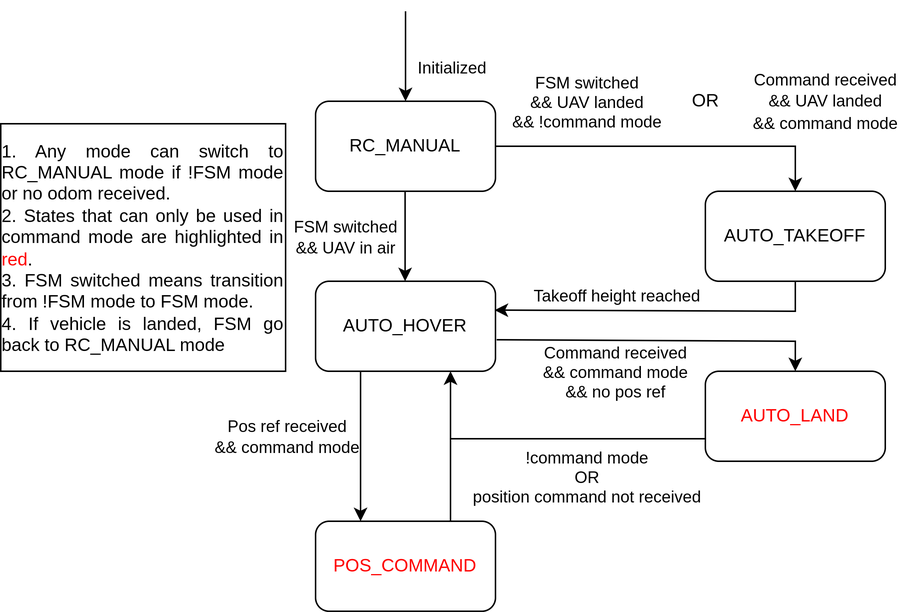
The draw.io diagram media/AIRo_PX4_FSM.png in HKPolyU-UAV/airo_control_interface, before a commit. Source tidied: cells renumbered, new cells last; positions are measured from the earlier drawing's top-left corner, leaving out a move shared by most shapes. Source of this version:
```xml
<mxGraphModel>
  <root>
    <mxCell id="0" />
    <mxCell id="1" parent="0" />
    <mxCell id="2" style="edgeStyle=orthogonalEdgeStyle;rounded=0;jettySize=auto;html=1;entryX=0.5;entryY=0;entryDx=0;entryDy=0;" parent="1" edge="1" source="4" target="10">
      <mxGeometry relative="1" as="geometry" />
    </mxCell>
    <mxCell id="3" value="FSM switched&lt;br&gt;&amp;amp;&amp;amp; UAV landed&lt;br&gt;&amp;amp;&amp;amp; !command mode" style="edgeLabel;html=1;align=center;verticalAlign=middle;" parent="2" vertex="1">
      <mxGeometry x="0.1" y="-1" relative="1" as="geometry">
        <mxPoint x="-66" y="-31" as="offset" />
      </mxGeometry>
    </mxCell>
    <mxCell id="4" value="RC_MANUAL" style="rounded=1;whiteSpace=wrap;html=1;" parent="1" vertex="1">
      <mxGeometry x="210" y="60" width="120" height="60" as="geometry" />
    </mxCell>
    <mxCell id="5" style="endArrow=classic;html=1;rounded=0;entryX=0.5;entryY=0;entryDx=0;entryDy=0;" parent="1" edge="1" target="4">
      <mxGeometry relative="1" as="geometry">
        <mxPoint x="270" as="sourcePoint" />
      </mxGeometry>
    </mxCell>
    <mxCell id="6" value="Initialized" style="edgeLabel;html=1;align=center;verticalAlign=middle;" parent="5" vertex="1">
      <mxGeometry x="-0.31" y="2" relative="1" as="geometry">
        <mxPoint x="28" y="16" as="offset" />
      </mxGeometry>
    </mxCell>
    <mxCell id="7" value="AUTO_HOVER" style="rounded=1;whiteSpace=wrap;html=1;" parent="1" vertex="1">
      <mxGeometry x="210" y="180" width="120" height="60" as="geometry" />
    </mxCell>
    <mxCell id="8" style="endArrow=classic;html=1;rounded=0;" parent="1" edge="1">
      <mxGeometry relative="1" as="geometry">
        <mxPoint x="269.7" y="120" as="sourcePoint" />
        <mxPoint x="269.7" y="180" as="targetPoint" />
      </mxGeometry>
    </mxCell>
    <mxCell id="9" value="FSM switched&lt;br&gt;&amp;amp;&amp;amp; UAV in air" style="edgeLabel;html=1;align=center;verticalAlign=middle;" parent="8" vertex="1">
      <mxGeometry x="-0.31" y="2" relative="1" as="geometry">
        <mxPoint x="-42" y="9" as="offset" />
      </mxGeometry>
    </mxCell>
    <mxCell id="10" value="AUTO_TAKEOFF" style="rounded=1;whiteSpace=wrap;html=1;" parent="1" vertex="1">
      <mxGeometry x="470" y="120" width="120" height="60" as="geometry" />
    </mxCell>
    <mxCell id="11" value="&lt;font style=&quot;font-size: 11px;&quot;&gt;Command received&lt;br&gt;&amp;amp;&amp;amp; UAV landed&lt;br&gt;&amp;amp;&amp;amp; command mode&lt;/font&gt;" style="text;html=1;align=center;verticalAlign=middle;strokeColor=none;fillColor=none;" parent="1" vertex="1">
      <mxGeometry x="490" y="30" width="120" height="60" as="geometry" />
    </mxCell>
    <mxCell id="12" style="endArrow=classic;html=1;rounded=0;exitX=0.5;exitY=1;exitDx=0;exitDy=0;entryX=0.995;entryY=0.321;entryDx=0;entryDy=0;entryPerimeter=0;" parent="1" edge="1" source="10" target="7">
      <mxGeometry relative="1" as="geometry">
        <Array as="points">
          <mxPoint x="530" y="200" />
        </Array>
      </mxGeometry>
    </mxCell>
    <mxCell id="13" value="Takeoff height reached" style="edgeLabel;html=1;align=center;verticalAlign=middle;" parent="12" vertex="1">
      <mxGeometry relative="1" as="geometry">
        <mxPoint x="-29" y="-10" as="offset" />
      </mxGeometry>
    </mxCell>
    <mxCell id="14" value="&lt;font color=&quot;#ff0000&quot;&gt;AUTO_LAND&lt;/font&gt;" style="rounded=1;whiteSpace=wrap;html=1;" parent="1" vertex="1">
      <mxGeometry x="470" y="240" width="120" height="60" as="geometry" />
    </mxCell>
    <mxCell id="15" style="endArrow=classic;html=1;rounded=0;entryX=0.5;entryY=0;entryDx=0;entryDy=0;exitX=1.007;exitY=0.65;exitDx=0;exitDy=0;exitPerimeter=0;" parent="1" edge="1" source="7" target="14">
      <mxGeometry relative="1" as="geometry">
        <Array as="points">
          <mxPoint x="530" y="220" />
        </Array>
      </mxGeometry>
    </mxCell>
    <mxCell id="16" value="Command received&lt;br&gt;&amp;amp;&amp;amp; command mode&lt;br&gt;&amp;amp;&amp;amp; no pos ref" style="edgeLabel;html=1;align=center;verticalAlign=middle;" parent="15" vertex="1">
      <mxGeometry x="-0.26" relative="1" as="geometry">
        <mxPoint x="-2" y="21" as="offset" />
      </mxGeometry>
    </mxCell>
    <mxCell id="17" value="OR" style="text;html=1;align=center;verticalAlign=middle;strokeColor=none;fillColor=none;" parent="1" vertex="1">
      <mxGeometry x="450" y="45" width="40" height="30" as="geometry" />
    </mxCell>
    <mxCell id="18" value="&lt;font color=&quot;#ff0000&quot;&gt;POS_COMMAND&lt;/font&gt;" style="rounded=1;whiteSpace=wrap;html=1;" parent="1" vertex="1">
      <mxGeometry x="210" y="340" width="120" height="60" as="geometry" />
    </mxCell>
    <mxCell id="19" style="endArrow=classic;html=1;rounded=0;entryX=0.25;entryY=0;entryDx=0;entryDy=0;exitX=0.25;exitY=1;exitDx=0;exitDy=0;" parent="1" edge="1" source="7" target="18">
      <mxGeometry relative="1" as="geometry" />
    </mxCell>
    <mxCell id="20" value="Pos ref received&lt;br&gt;&amp;amp;&amp;amp; command mode" style="edgeLabel;html=1;align=center;verticalAlign=middle;" parent="19" vertex="1">
      <mxGeometry x="-0.31" y="2" relative="1" as="geometry">
        <mxPoint x="-52" y="9" as="offset" />
      </mxGeometry>
    </mxCell>
    <mxCell id="21" style="endArrow=classic;html=1;rounded=0;exitX=0.75;exitY=0;exitDx=0;exitDy=0;entryX=0.75;entryY=1;entryDx=0;entryDy=0;" parent="1" edge="1" source="18" target="7">
      <mxGeometry relative="1" as="geometry" />
    </mxCell>
    <mxCell id="22" style="endArrow=none;html=1;rounded=0;exitX=0;exitY=0.75;exitDx=0;exitDy=0;endFill=0;" parent="1" edge="1" source="14">
      <mxGeometry relative="1" as="geometry">
        <mxPoint x="300" y="285" as="targetPoint" />
      </mxGeometry>
    </mxCell>
    <mxCell id="23" value="!command mode&lt;br&gt;OR&lt;br&gt;position command not received" style="edgeLabel;html=1;align=center;verticalAlign=middle;" parent="22" vertex="1">
      <mxGeometry x="-0.09" y="-1" relative="1" as="geometry">
        <mxPoint x="-2" y="26" as="offset" />
      </mxGeometry>
    </mxCell>
    <mxCell id="24" value="&lt;div style=&quot;text-align: justify;&quot;&gt;&lt;span style=&quot;background-color: initial;&quot;&gt;1. Any mode can switch to RC_MANUAL mode if !FSM mode or no odom received.&lt;/span&gt;&lt;/div&gt;&lt;div style=&quot;text-align: justify;&quot;&gt;&lt;span style=&quot;background-color: initial;&quot;&gt;2. States that can only be used in command mode are highlighted in &lt;/span&gt;&lt;font style=&quot;background-color: initial;&quot; color=&quot;#ff0000&quot;&gt;red&lt;/font&gt;&lt;span style=&quot;background-color: initial;&quot;&gt;.&lt;/span&gt;&lt;/div&gt;&lt;div style=&quot;text-align: justify;&quot;&gt;&lt;span style=&quot;background-color: initial;&quot;&gt;3. FSM switched means transition from !FSM mode to FSM mode.&lt;/span&gt;&lt;/div&gt;&lt;div style=&quot;text-align: justify;&quot;&gt;&lt;span style=&quot;background-color: initial;&quot;&gt;4. If vehicle is landed, FSM go back to RC_MANUAL mode&lt;/span&gt;&lt;/div&gt;" style="text;html=1;align=center;verticalAlign=middle;whiteSpace=wrap;rounded=0;strokeColor=default;" parent="1" vertex="1">
      <mxGeometry y="75" width="190" height="165" as="geometry" />
    </mxCell>
  </root>
</mxGraphModel>
```
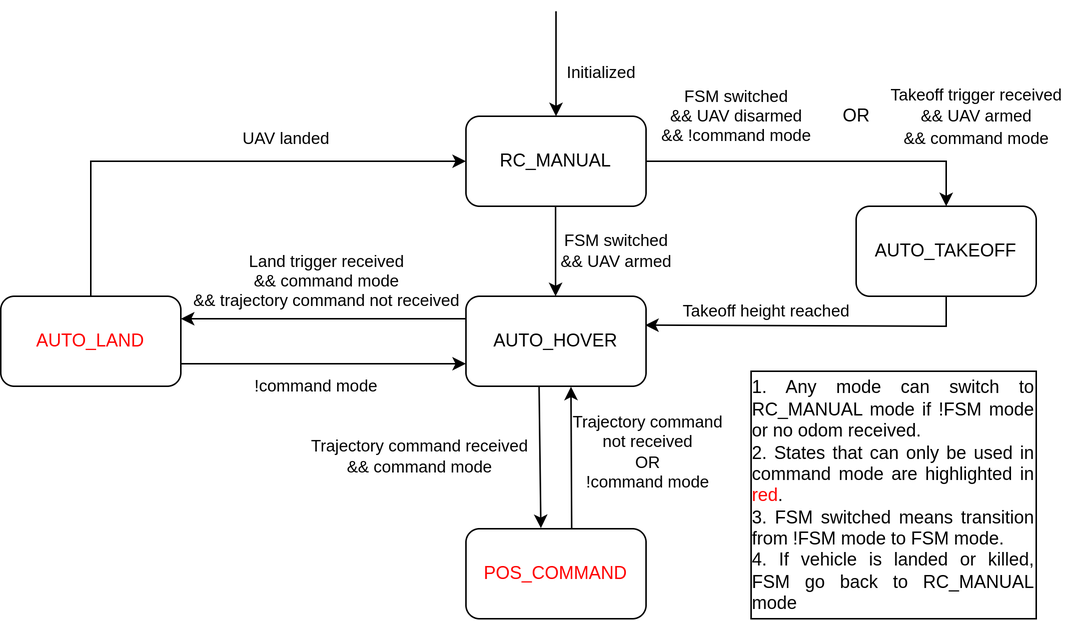
Above is the later version.

Commit message:
update flow chart

The edit, as a diff of the source:
```diff
@@ -5,7 +5,7 @@
     <mxCell id="2" style="edgeStyle=orthogonalEdgeStyle;rounded=0;jettySize=auto;html=1;entryX=0.5;entryY=0;entryDx=0;entryDy=0;" parent="1" edge="1" source="4" target="10">
       <mxGeometry relative="1" as="geometry" />
     </mxCell>
-    <mxCell id="3" value="FSM switched&lt;br&gt;&amp;amp;&amp;amp; UAV landed&lt;br&gt;&amp;amp;&amp;amp; !command mode" style="edgeLabel;html=1;align=center;verticalAlign=middle;" parent="2" vertex="1">
+    <mxCell id="3" value="FSM switched&lt;br&gt;&amp;amp;&amp;amp; UAV disarmed&lt;br&gt;&amp;amp;&amp;amp; !command mode" style="edgeLabel;html=1;align=center;verticalAlign=middle;" parent="2" vertex="1">
       <mxGeometry x="0.1" y="-1" relative="1" as="geometry">
         <mxPoint x="-66" y="-31" as="offset" />
       </mxGeometry>
@@ -15,7 +15,7 @@
     </mxCell>
     <mxCell id="5" style="endArrow=classic;html=1;rounded=0;entryX=0.5;entryY=0;entryDx=0;entryDy=0;" parent="1" edge="1" target="4">
       <mxGeometry relative="1" as="geometry">
-        <mxPoint x="270" as="sourcePoint" />
+        <mxPoint x="270" y="-10" as="sourcePoint" />
       </mxGeometry>
     </mxCell>
     <mxCell id="6" value="Initialized" style="edgeLabel;html=1;align=center;verticalAlign=middle;" parent="5" vertex="1">
@@ -32,16 +32,16 @@
         <mxPoint x="269.7" y="180" as="targetPoint" />
       </mxGeometry>
     </mxCell>
-    <mxCell id="9" value="FSM switched&lt;br&gt;&amp;amp;&amp;amp; UAV in air" style="edgeLabel;html=1;align=center;verticalAlign=middle;" parent="8" vertex="1">
+    <mxCell id="9" value="FSM switched&lt;br&gt;&amp;amp;&amp;amp; UAV armed" style="edgeLabel;html=1;align=center;verticalAlign=middle;" parent="8" vertex="1">
       <mxGeometry x="-0.31" y="2" relative="1" as="geometry">
-        <mxPoint x="-42" y="9" as="offset" />
+        <mxPoint x="38" y="9" as="offset" />
       </mxGeometry>
     </mxCell>
     <mxCell id="10" value="AUTO_TAKEOFF" style="rounded=1;whiteSpace=wrap;html=1;" parent="1" vertex="1">
       <mxGeometry x="470" y="120" width="120" height="60" as="geometry" />
     </mxCell>
-    <mxCell id="11" value="&lt;font style=&quot;font-size: 11px;&quot;&gt;Command received&lt;br&gt;&amp;amp;&amp;amp; UAV landed&lt;br&gt;&amp;amp;&amp;amp; command mode&lt;/font&gt;" style="text;html=1;align=center;verticalAlign=middle;strokeColor=none;fillColor=none;" parent="1" vertex="1">
-      <mxGeometry x="490" y="30" width="120" height="60" as="geometry" />
+    <mxCell id="11" value="&lt;font style=&quot;font-size: 11px;&quot;&gt;Takeoff trigger received&lt;br&gt;&amp;amp;&amp;amp; UAV armed&lt;br&gt;&amp;amp;&amp;amp; command mode&lt;/font&gt;" style="text;html=1;align=center;verticalAlign=middle;strokeColor=none;fillColor=none;" parent="1" vertex="1">
+      <mxGeometry x="480" y="30" width="140" height="60" as="geometry" />
     </mxCell>
     <mxCell id="12" style="endArrow=classic;html=1;rounded=0;exitX=0.5;exitY=1;exitDx=0;exitDy=0;entryX=0.995;entryY=0.321;entryDx=0;entryDy=0;entryPerimeter=0;" parent="1" edge="1" source="10" target="7">
       <mxGeometry relative="1" as="geometry">
@@ -56,49 +56,64 @@
       </mxGeometry>
     </mxCell>
     <mxCell id="14" value="&lt;font color=&quot;#ff0000&quot;&gt;AUTO_LAND&lt;/font&gt;" style="rounded=1;whiteSpace=wrap;html=1;" parent="1" vertex="1">
-      <mxGeometry x="470" y="240" width="120" height="60" as="geometry" />
+      <mxGeometry x="-100" y="180" width="120" height="60" as="geometry" />
     </mxCell>
-    <mxCell id="15" style="endArrow=classic;html=1;rounded=0;entryX=0.5;entryY=0;entryDx=0;entryDy=0;exitX=1.007;exitY=0.65;exitDx=0;exitDy=0;exitPerimeter=0;" parent="1" edge="1" source="7" target="14">
-      <mxGeometry relative="1" as="geometry">
-        <Array as="points">
-          <mxPoint x="530" y="220" />
-        </Array>
-      </mxGeometry>
+    <mxCell id="15" style="endArrow=classic;html=1;rounded=0;entryX=1;entryY=0.25;entryDx=0;entryDy=0;exitX=0;exitY=0.25;exitDx=0;exitDy=0;" parent="1" edge="1" source="7" target="14">
+      <mxGeometry relative="1" as="geometry" />
     </mxCell>
-    <mxCell id="16" value="Command received&lt;br&gt;&amp;amp;&amp;amp; command mode&lt;br&gt;&amp;amp;&amp;amp; no pos ref" style="edgeLabel;html=1;align=center;verticalAlign=middle;" parent="15" vertex="1">
+    <mxCell id="16" value="Land trigger received&lt;br&gt;&amp;amp;&amp;amp; command mode&lt;br&gt;&amp;amp;&amp;amp; trajectory command not received" style="edgeLabel;html=1;align=center;verticalAlign=middle;" parent="15" vertex="1">
       <mxGeometry x="-0.26" relative="1" as="geometry">
-        <mxPoint x="-2" y="21" as="offset" />
+        <mxPoint x="-23" y="-25" as="offset" />
       </mxGeometry>
     </mxCell>
     <mxCell id="17" value="OR" style="text;html=1;align=center;verticalAlign=middle;strokeColor=none;fillColor=none;" parent="1" vertex="1">
       <mxGeometry x="450" y="45" width="40" height="30" as="geometry" />
     </mxCell>
     <mxCell id="18" value="&lt;font color=&quot;#ff0000&quot;&gt;POS_COMMAND&lt;/font&gt;" style="rounded=1;whiteSpace=wrap;html=1;" parent="1" vertex="1">
-      <mxGeometry x="210" y="340" width="120" height="60" as="geometry" />
+      <mxGeometry x="210" y="335" width="120" height="60" as="geometry" />
     </mxCell>
-    <mxCell id="19" style="endArrow=classic;html=1;rounded=0;entryX=0.25;entryY=0;entryDx=0;entryDy=0;exitX=0.25;exitY=1;exitDx=0;exitDy=0;" parent="1" edge="1" source="7" target="18">
+    <mxCell id="19" style="endArrow=classic;html=1;rounded=0;entryX=0.416;entryY=-0.007;entryDx=0;entryDy=0;exitX=0.406;exitY=1.005;exitDx=0;exitDy=0;exitPerimeter=0;entryPerimeter=0;" parent="1" edge="1" source="7" target="18">
       <mxGeometry relative="1" as="geometry" />
     </mxCell>
-    <mxCell id="20" value="Pos ref received&lt;br&gt;&amp;amp;&amp;amp; command mode" style="edgeLabel;html=1;align=center;verticalAlign=middle;" parent="19" vertex="1">
+    <mxCell id="20" value="Trajectory command received&lt;br&gt;&amp;amp;&amp;amp; command mode" style="edgeLabel;html=1;align=center;verticalAlign=middle;" parent="19" vertex="1">
       <mxGeometry x="-0.31" y="2" relative="1" as="geometry">
-        <mxPoint x="-52" y="9" as="offset" />
+        <mxPoint x="-82" y="14" as="offset" />
       </mxGeometry>
     </mxCell>
-    <mxCell id="21" style="endArrow=classic;html=1;rounded=0;exitX=0.75;exitY=0;exitDx=0;exitDy=0;entryX=0.75;entryY=1;entryDx=0;entryDy=0;" parent="1" edge="1" source="18" target="7">
+    <mxCell id="21" style="endArrow=classic;html=1;rounded=0;exitX=0.587;exitY=-0.007;exitDx=0;exitDy=0;entryX=0.583;entryY=1.005;entryDx=0;entryDy=0;entryPerimeter=0;exitPerimeter=0;" parent="1" edge="1" source="18" target="7">
       <mxGeometry relative="1" as="geometry" />
     </mxCell>
-    <mxCell id="22" style="endArrow=none;html=1;rounded=0;exitX=0;exitY=0.75;exitDx=0;exitDy=0;endFill=0;" parent="1" edge="1" source="14">
-      <mxGeometry relative="1" as="geometry">
-        <mxPoint x="300" y="285" as="targetPoint" />
-      </mxGeometry>
-    </mxCell>
-    <mxCell id="23" value="!command mode&lt;br&gt;OR&lt;br&gt;position command not received" style="edgeLabel;html=1;align=center;verticalAlign=middle;" parent="22" vertex="1">
-      <mxGeometry x="-0.09" y="-1" relative="1" as="geometry">
-        <mxPoint x="-2" y="26" as="offset" />
-      </mxGeometry>
-    </mxCell>
+    <mxCell id="25" value="Trajectory command&lt;br&gt;not received&lt;br&gt;OR&lt;br&gt;!command mode" style="edgeLabel;html=1;align=center;verticalAlign=middle;" parent="21" vertex="1">
+      <mxGeometry x="-0.46" relative="1" as="geometry">
+        <mxPoint x="50" y="-25" as="offset" />
+      </mxGeometry>
+    </mxCell>
-    <mxCell id="24" value="&lt;div style=&quot;text-align: justify;&quot;&gt;&lt;span style=&quot;background-color: initial;&quot;&gt;1. Any mode can switch to RC_MANUAL mode if !FSM mode or no odom received.&lt;/span&gt;&lt;/div&gt;&lt;div style=&quot;text-align: justify;&quot;&gt;&lt;span style=&quot;background-color: initial;&quot;&gt;2. States that can only be used in command mode are highlighted in &lt;/span&gt;&lt;font style=&quot;background-color: initial;&quot; color=&quot;#ff0000&quot;&gt;red&lt;/font&gt;&lt;span style=&quot;background-color: initial;&quot;&gt;.&lt;/span&gt;&lt;/div&gt;&lt;div style=&quot;text-align: justify;&quot;&gt;&lt;span style=&quot;background-color: initial;&quot;&gt;3. FSM switched means transition from !FSM mode to FSM mode.&lt;/span&gt;&lt;/div&gt;&lt;div style=&quot;text-align: justify;&quot;&gt;&lt;span style=&quot;background-color: initial;&quot;&gt;4. If vehicle is landed, FSM go back to RC_MANUAL mode&lt;/span&gt;&lt;/div&gt;" style="text;html=1;align=center;verticalAlign=middle;whiteSpace=wrap;rounded=0;strokeColor=default;" parent="1" vertex="1">
-      <mxGeometry y="75" width="190" height="165" as="geometry" />
+    <mxCell id="24" value="&lt;div style=&quot;text-align: justify;&quot;&gt;&lt;span style=&quot;background-color: initial;&quot;&gt;1. Any mode can switch to RC_MANUAL mode if !FSM mode or no odom received.&lt;/span&gt;&lt;/div&gt;&lt;div style=&quot;text-align: justify;&quot;&gt;&lt;span style=&quot;background-color: initial;&quot;&gt;2. States that can only be used in command mode are highlighted in &lt;/span&gt;&lt;font style=&quot;background-color: initial;&quot; color=&quot;#ff0000&quot;&gt;red&lt;/font&gt;&lt;span style=&quot;background-color: initial;&quot;&gt;.&lt;/span&gt;&lt;/div&gt;&lt;div style=&quot;text-align: justify;&quot;&gt;&lt;span style=&quot;background-color: initial;&quot;&gt;3. FSM switched means transition from !FSM mode to FSM mode.&lt;/span&gt;&lt;/div&gt;&lt;div style=&quot;text-align: justify;&quot;&gt;&lt;span style=&quot;background-color: initial;&quot;&gt;4. If vehicle is landed or killed, FSM go back to RC_MANUAL mode&lt;/span&gt;&lt;/div&gt;" style="text;html=1;align=center;verticalAlign=middle;whiteSpace=wrap;rounded=0;strokeColor=default;" parent="1" vertex="1">
+      <mxGeometry x="400" y="230" width="190" height="165" as="geometry" />
     </mxCell>
+    <mxCell id="26" style="endArrow=classic;html=1;rounded=0;exitX=1;exitY=0.75;exitDx=0;exitDy=0;entryX=0;entryY=0.75;entryDx=0;entryDy=0;" parent="1" edge="1" source="14" target="7">
+      <mxGeometry relative="1" as="geometry">
+        <Array as="points">
+          <mxPoint x="100" y="225" />
+        </Array>
+      </mxGeometry>
+    </mxCell>
+    <mxCell id="27" value="!command mode" style="edgeLabel;html=1;align=center;verticalAlign=middle;" parent="26" vertex="1">
+      <mxGeometry x="-0.61" relative="1" as="geometry">
+        <mxPoint x="53" y="15" as="offset" />
+      </mxGeometry>
+    </mxCell>
+    <mxCell id="28" style="endArrow=classic;html=1;rounded=0;exitX=0.5;exitY=0;exitDx=0;exitDy=0;entryX=0;entryY=0.5;entryDx=0;entryDy=0;" parent="1" edge="1" source="14" target="4">
+      <mxGeometry relative="1" as="geometry">
+        <Array as="points">
+          <mxPoint x="-40" y="90" />
+        </Array>
+      </mxGeometry>
+    </mxCell>
+    <mxCell id="29" value="UAV landed" style="edgeLabel;html=1;align=center;verticalAlign=middle;" parent="28" vertex="1">
+      <mxGeometry x="0.33" relative="1" as="geometry">
+        <mxPoint x="-6" y="-15" as="offset" />
+      </mxGeometry>
+    </mxCell>
   </root>
 </mxGraphModel>
```
